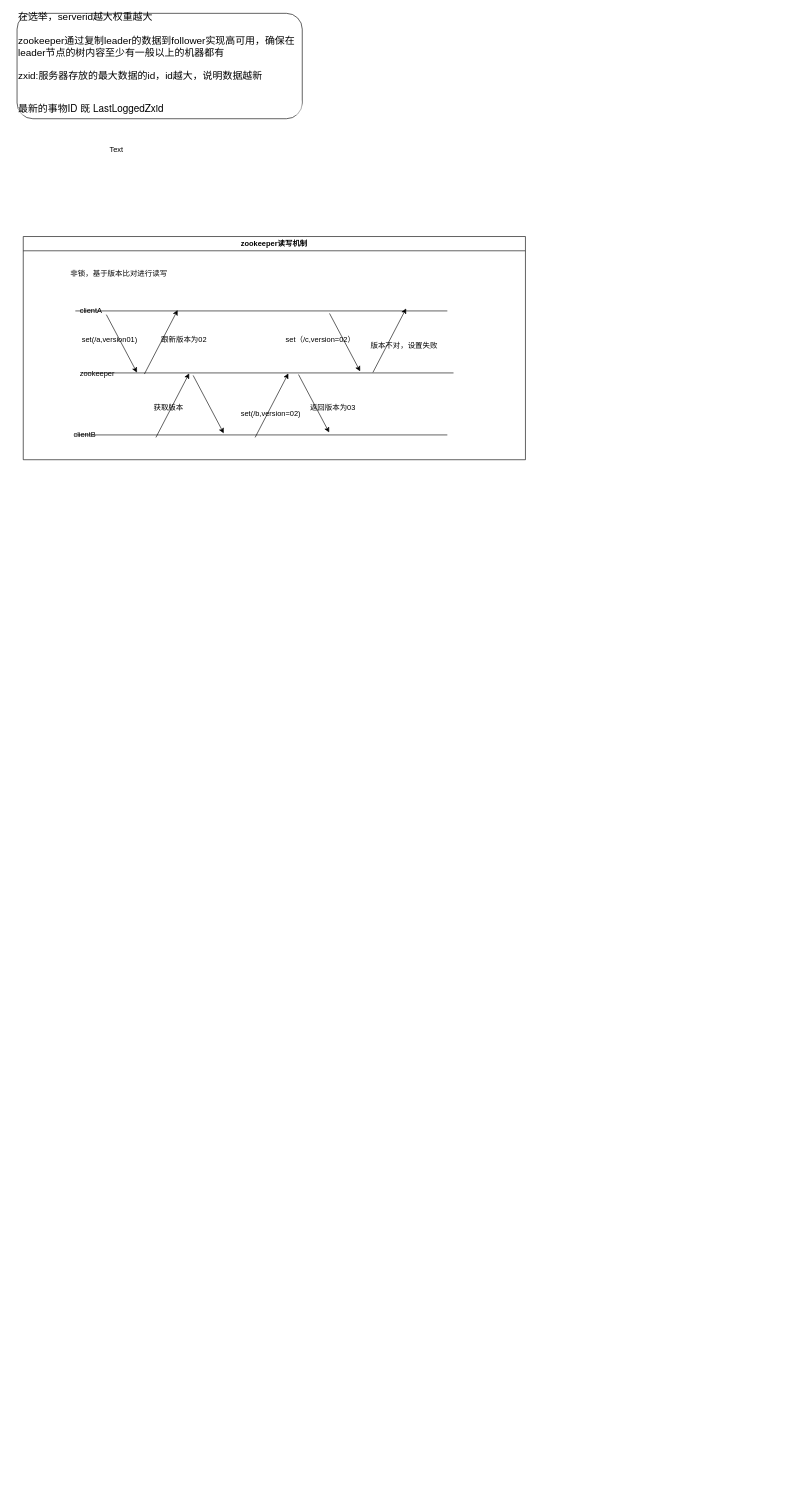
This is page "zookeeper" (3 of 3) of Register.drawio from x-Yorozuya/java-, a draw.io file, before an edit. Source tidied: cells renumbered, new cells numbered last; positions are measured from the earlier drawing's top-left corner, leaving out a move shared by most shapes. Both pictures are drawn from the tidied source at 62%, with x=0, y=0 at pixel (17, 13).
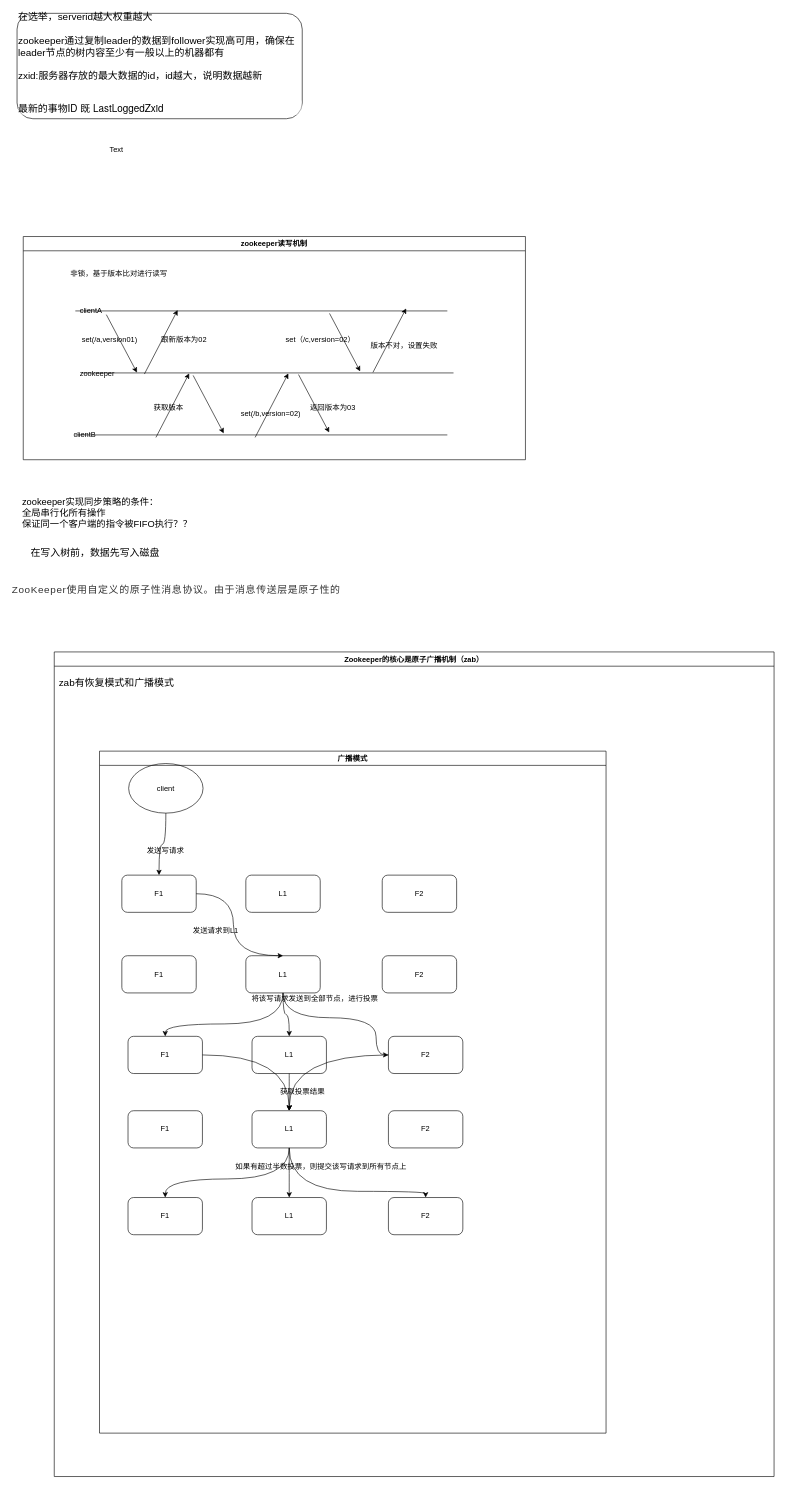
The same diagram, later.

What changed in the source:
```diff
@@
+    <mxCell id="27" value="&lt;div style=&quot;text-align: left ; font-size: 15px&quot;&gt;&lt;font style=&quot;font-size: 15px&quot;&gt;zookeeper实现同步策略的条件：&lt;/font&gt;&lt;/div&gt;&lt;div style=&quot;text-align: left ; font-size: 15px&quot;&gt;&lt;span&gt;&lt;font style=&quot;font-size: 15px&quot;&gt;全局串行化所有操作&lt;/font&gt;&lt;/span&gt;&lt;/div&gt;&lt;div style=&quot;text-align: left ; font-size: 15px&quot;&gt;&lt;font style=&quot;font-size: 15px&quot;&gt;保证同一个客户端的指令被FIFO执行？？&lt;/font&gt;&lt;/div&gt;" style="text;html=1;align=center;verticalAlign=middle;" parent="1" vertex="1">
+      <mxGeometry y="780" width="290" height="50" as="geometry" />
+    </mxCell>
+    <mxCell id="28" value="&lt;span style=&quot;font-size: 16px&quot;&gt;在写入树前，数据先写入磁盘&lt;/span&gt;" style="text;html=1;align=left;verticalAlign=middle;" parent="1" vertex="1">
+      <mxGeometry x="20" y="860" width="220" height="20" as="geometry" />
+    </mxCell>
+    <mxCell id="29" value="&lt;span style=&quot;color: rgb(51 , 51 , 51) ; font-family: &amp;#34;microsoft yahei&amp;#34; ; font-size: 16px ; letter-spacing: 1px ; background-color: rgb(255 , 255 , 255)&quot;&gt;ZooKeeper使用自定义的原子性消息协议。由于消息传送层是原子性的&lt;/span&gt;" style="text;html=1;align=left;verticalAlign=middle;" parent="1" vertex="1">
+      <mxGeometry x="-10" y="920" width="550" height="20" as="geometry" />
+    </mxCell>
+    <mxCell id="30" value="Zookeeper的核心是原子广播机制（zab）" style="swimlane;fillColor=none;gradientColor=none;" parent="1" vertex="1">
+      <mxGeometry x="60" y="1030" width="1161" height="1330" as="geometry" />
+    </mxCell>
+    <mxCell id="31" value="广播模式" style="swimlane;fillColor=none;gradientColor=none;" parent="30" vertex="1">
+      <mxGeometry x="73" y="160" width="817" height="1100" as="geometry" />
+    </mxCell>
+    <mxCell id="32" style="edgeStyle=orthogonalEdgeStyle;curved=1;jettySize=auto;html=1;entryX=0.5;entryY=0;entryDx=0;entryDy=0;" parent="31" edge="1" source="33" target="41">
+      <mxGeometry relative="1" as="geometry">
+        <Array as="points">
+          <mxPoint x="216" y="230" />
+          <mxPoint x="216" y="330" />
+        </Array>
+      </mxGeometry>
+    </mxCell>
+    <mxCell id="33" value="F1" style="rounded=1;whiteSpace=wrap;html=1;fillColor=none;gradientColor=none;" parent="31" vertex="1">
+      <mxGeometry x="36" y="200" width="120" height="60" as="geometry" />
+    </mxCell>
+    <mxCell id="34" value="L1" style="rounded=1;whiteSpace=wrap;html=1;fillColor=none;gradientColor=none;" parent="31" vertex="1">
+      <mxGeometry x="236" y="200" width="120" height="60" as="geometry" />
+    </mxCell>
+    <mxCell id="35" value="F2" style="rounded=1;whiteSpace=wrap;html=1;fillColor=none;gradientColor=none;" parent="31" vertex="1">
+      <mxGeometry x="456" y="200" width="120" height="60" as="geometry" />
+    </mxCell>
+    <mxCell id="36" value="发送写请求" style="text;html=1;align=center;verticalAlign=middle;" parent="31" vertex="1">
+      <mxGeometry x="66" y="150" width="80" height="20" as="geometry" />
+    </mxCell>
+    <mxCell id="37" value="F1" style="rounded=1;whiteSpace=wrap;html=1;fillColor=none;gradientColor=none;" parent="31" vertex="1">
+      <mxGeometry x="36" y="330" width="120" height="60" as="geometry" />
+    </mxCell>
+    <mxCell id="38" style="edgeStyle=orthogonalEdgeStyle;curved=1;jettySize=auto;html=1;" parent="31" edge="1" source="41" target="44">
+      <mxGeometry relative="1" as="geometry">
+        <Array as="points">
+          <mxPoint x="296" y="440" />
+          <mxPoint x="106" y="440" />
+        </Array>
+      </mxGeometry>
+    </mxCell>
+    <mxCell id="39" style="edgeStyle=orthogonalEdgeStyle;curved=1;jettySize=auto;html=1;" parent="31" edge="1" source="41" target="46">
+      <mxGeometry relative="1" as="geometry" />
+    </mxCell>
+    <mxCell id="40" style="edgeStyle=orthogonalEdgeStyle;curved=1;jettySize=auto;html=1;" parent="31" edge="1" source="41" target="48">
+      <mxGeometry relative="1" as="geometry">
+        <Array as="points">
+          <mxPoint x="296" y="430" />
+          <mxPoint x="446" y="430" />
+          <mxPoint x="446" y="490" />
+        </Array>
+      </mxGeometry>
+    </mxCell>
+    <mxCell id="41" value="L1" style="rounded=1;whiteSpace=wrap;html=1;fillColor=none;gradientColor=none;" parent="31" vertex="1">
+      <mxGeometry x="236" y="330" width="120" height="60" as="geometry" />
+    </mxCell>
+    <mxCell id="42" value="F2" style="rounded=1;whiteSpace=wrap;html=1;fillColor=none;gradientColor=none;" parent="31" vertex="1">
+      <mxGeometry x="456" y="330" width="120" height="60" as="geometry" />
+    </mxCell>
+    <mxCell id="43" style="edgeStyle=orthogonalEdgeStyle;curved=1;jettySize=auto;html=1;" parent="31" edge="1" source="44" target="53">
+      <mxGeometry relative="1" as="geometry" />
+    </mxCell>
+    <mxCell id="44" value="F1" style="rounded=1;whiteSpace=wrap;html=1;fillColor=none;gradientColor=none;" parent="31" vertex="1">
+      <mxGeometry x="46" y="460" width="120" height="60" as="geometry" />
+    </mxCell>
+    <mxCell id="45" style="edgeStyle=orthogonalEdgeStyle;curved=1;jettySize=auto;html=1;" parent="31" edge="1" source="46" target="53">
+      <mxGeometry relative="1" as="geometry" />
+    </mxCell>
+    <mxCell id="46" value="L1" style="rounded=1;whiteSpace=wrap;html=1;fillColor=none;gradientColor=none;" parent="31" vertex="1">
+      <mxGeometry x="246" y="460" width="120" height="60" as="geometry" />
+    </mxCell>
+    <mxCell id="47" style="edgeStyle=orthogonalEdgeStyle;curved=1;jettySize=auto;html=1;entryX=0.5;entryY=0;entryDx=0;entryDy=0;" parent="31" edge="1" source="48" target="53">
+      <mxGeometry relative="1" as="geometry" />
+    </mxCell>
+    <mxCell id="48" value="F2" style="rounded=1;whiteSpace=wrap;html=1;fillColor=none;gradientColor=none;" parent="31" vertex="1">
+      <mxGeometry x="466" y="460" width="120" height="60" as="geometry" />
+    </mxCell>
+    <mxCell id="49" value="F1" style="rounded=1;whiteSpace=wrap;html=1;fillColor=none;gradientColor=none;" parent="31" vertex="1">
+      <mxGeometry x="46" y="580" width="120" height="60" as="geometry" />
+    </mxCell>
+    <mxCell id="50" style="edgeStyle=orthogonalEdgeStyle;curved=1;jettySize=auto;html=1;" parent="31" edge="1" source="53" target="55">
+      <mxGeometry relative="1" as="geometry">
+        <Array as="points">
+          <mxPoint x="306" y="690" />
+          <mxPoint x="106" y="690" />
+        </Array>
+      </mxGeometry>
+    </mxCell>
+    <mxCell id="51" style="edgeStyle=orthogonalEdgeStyle;curved=1;jettySize=auto;html=1;" parent="31" edge="1" source="53" target="56">
+      <mxGeometry relative="1" as="geometry" />
+    </mxCell>
+    <mxCell id="52" style="edgeStyle=orthogonalEdgeStyle;curved=1;jettySize=auto;html=1;" parent="31" edge="1" source="53" target="57">
+      <mxGeometry relative="1" as="geometry">
+        <Array as="points">
+          <mxPoint x="306" y="710" />
+          <mxPoint x="526" y="710" />
+        </Array>
+      </mxGeometry>
+    </mxCell>
+    <mxCell id="53" value="L1" style="rounded=1;whiteSpace=wrap;html=1;fillColor=none;gradientColor=none;" parent="31" vertex="1">
+      <mxGeometry x="246" y="580" width="120" height="60" as="geometry" />
+    </mxCell>
+    <mxCell id="54" value="F2" style="rounded=1;whiteSpace=wrap;html=1;fillColor=none;gradientColor=none;" parent="31" vertex="1">
+      <mxGeometry x="466" y="580" width="120" height="60" as="geometry" />
+    </mxCell>
+    <mxCell id="55" value="F1" style="rounded=1;whiteSpace=wrap;html=1;fillColor=none;gradientColor=none;" parent="31" vertex="1">
+      <mxGeometry x="46" y="720" width="120" height="60" as="geometry" />
+    </mxCell>
+    <mxCell id="56" value="L1" style="rounded=1;whiteSpace=wrap;html=1;fillColor=none;gradientColor=none;" parent="31" vertex="1">
+      <mxGeometry x="246" y="720" width="120" height="60" as="geometry" />
+    </mxCell>
+    <mxCell id="57" value="F2" style="rounded=1;whiteSpace=wrap;html=1;fillColor=none;gradientColor=none;" parent="31" vertex="1">
+      <mxGeometry x="466" y="720" width="120" height="60" as="geometry" />
+    </mxCell>
+    <mxCell id="58" value="&lt;font style=&quot;font-size: 16px&quot;&gt;zab有恢复模式和广播模式&lt;/font&gt;" style="text;html=1;align=center;verticalAlign=middle;" parent="1" vertex="1">
+      <mxGeometry x="60" y="1070" width="200" height="20" as="geometry" />
+    </mxCell>
+    <mxCell id="59" style="edgeStyle=orthogonalEdgeStyle;curved=1;jettySize=auto;html=1;entryX=0.5;entryY=0;entryDx=0;entryDy=0;" parent="1" edge="1" source="60" target="33">
+      <mxGeometry relative="1" as="geometry" />
+    </mxCell>
+    <mxCell id="60" value="client" style="ellipse;whiteSpace=wrap;html=1;fillColor=none;gradientColor=none;" parent="1" vertex="1">
+      <mxGeometry x="180" y="1210" width="120" height="80" as="geometry" />
+    </mxCell>
+    <mxCell id="61" value="发送请求到L1" style="text;html=1;align=center;verticalAlign=middle;" parent="1" vertex="1">
+      <mxGeometry x="275" y="1470" width="90" height="20" as="geometry" />
+    </mxCell>
+    <mxCell id="62" value="将该写请求发送到全部节点，进行投票" style="text;html=1;align=center;verticalAlign=middle;" parent="1" vertex="1">
+      <mxGeometry x="370" y="1580" width="220" height="20" as="geometry" />
+    </mxCell>
+    <mxCell id="63" value="获取投票结果" style="text;html=1;align=center;verticalAlign=middle;" parent="1" vertex="1">
+      <mxGeometry x="415" y="1730" width="90" height="20" as="geometry" />
+    </mxCell>
+    <mxCell id="64" value="如果有超过半数投票，则提交该写请求到所有节点上" style="text;html=1;align=center;verticalAlign=middle;" parent="1" vertex="1">
+      <mxGeometry x="345" y="1850" width="290" height="20" as="geometry" />
+    </mxCell>
```
